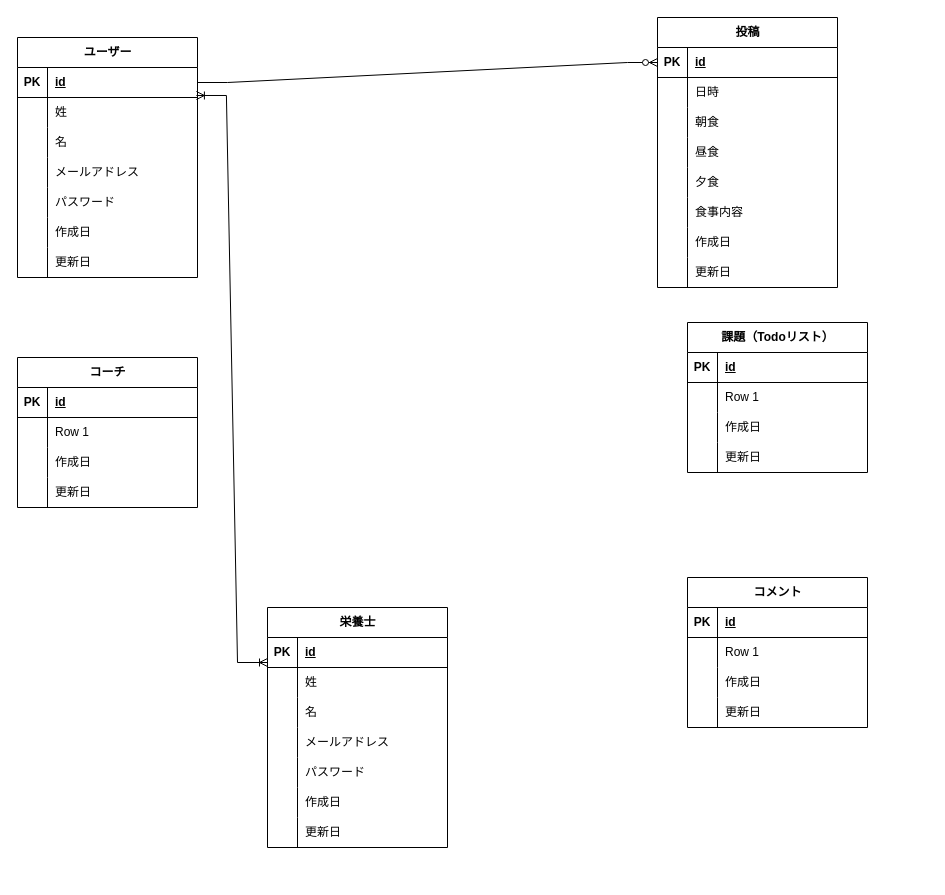
vermouthA28/-Meal_guidance_todo keeps this draw.io diagram as page "Page-1" (1 of 6) of 名称未設定ファイル.drawio. Above is the earlier version. Source tidied: cells renumbered, new cells numbered last; positions are measured from the earlier drawing's top-left corner, leaving out a move shared by most shapes. Both pictures are drawn from the tidied source at 100%, with x=0, y=0 at pixel (17, 17).
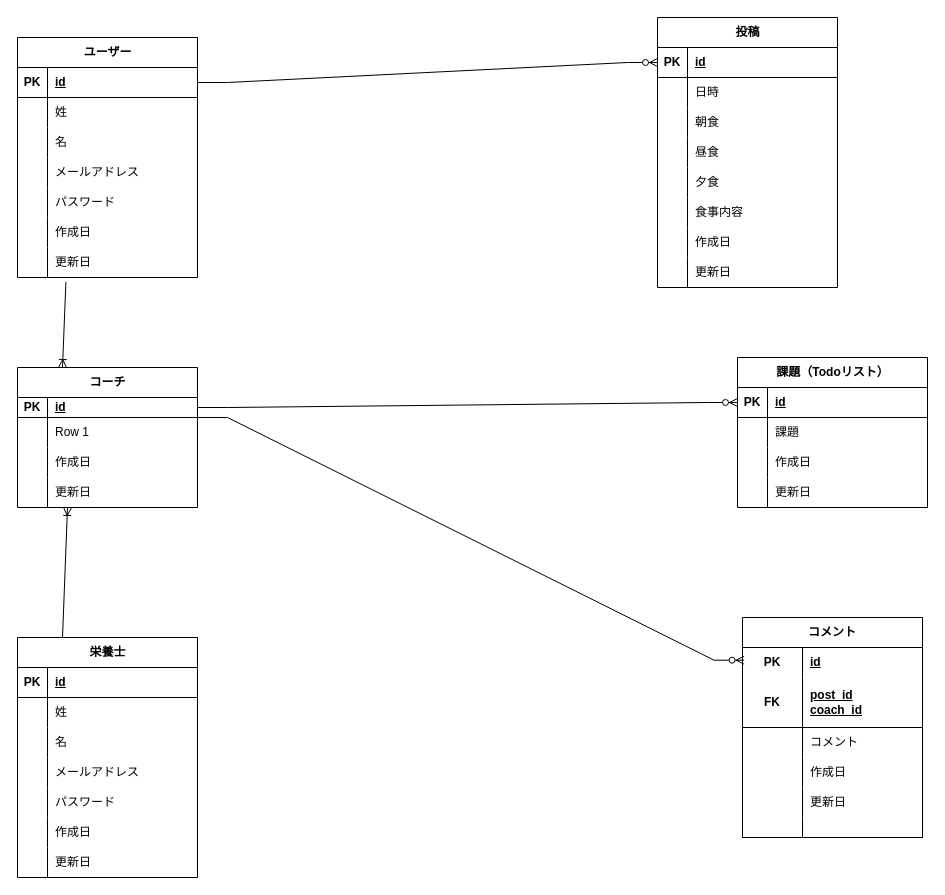
The same page after the edit.

Commit message (it also covers changes not shown here):
名称未設定ファイル.drawio を更新します

The change refers to these unchanged cells:
```xml
<mxCell id="4" style="shape=tableRow;horizontal=0;startSize=0;swimlaneHead=0;swimlaneBody=0;fillColor=none;points=[[0,0.5],[1,0.5]];portConstraint=eastwest;top=0;left=0;right=0;bottom=1;" parent="3" vertex="1">
  <mxGeometry y="30" width="180" height="30" as="geometry" />
</mxCell>
<mxCell id="22" style="shape=tableRow;horizontal=0;startSize=0;swimlaneHead=0;swimlaneBody=0;fillColor=none;points=[[0,0.5],[1,0.5]];portConstraint=eastwest;top=0;left=0;right=0;bottom=0;" parent="3" vertex="1">
  <mxGeometry y="210" width="180" height="30" as="geometry" />
</mxCell>
```

What changed in the source:
```diff
@@
     <mxCell id="25" value="コーチ" style="shape=table;startSize=30;childLayout=tableLayout;rowLines=0;fontStyle=1;align=center;html=1;" parent="1" vertex="1">
-      <mxGeometry y="340" width="180" height="150" as="geometry" />
+      <mxGeometry y="350" width="180" height="140" as="geometry" />
     </mxCell>
     <mxCell id="26" style="shape=tableRow;horizontal=0;startSize=0;swimlaneHead=0;swimlaneBody=0;fillColor=none;top=0;left=0;right=0;bottom=1;" parent="25" vertex="1">
-      <mxGeometry y="30" width="180" height="30" as="geometry" />
+      <mxGeometry y="30" width="180" height="20" as="geometry" />
     </mxCell>
     <mxCell id="27" value="PK" style="shape=partialRectangle;fillColor=none;top=0;left=0;bottom=0;right=0;fontStyle=1;overflow=hidden;whiteSpace=wrap;html=1;" parent="26" vertex="1">
-      <mxGeometry width="30" height="30" as="geometry" />
+      <mxGeometry width="30" height="20" as="geometry" />
     </mxCell>
     <mxCell id="28" value="id" style="shape=partialRectangle;fillColor=none;top=0;left=0;bottom=0;right=0;align=left;spacingLeft=6;fontStyle=5;overflow=hidden;whiteSpace=wrap;html=1;" parent="26" vertex="1">
-      <mxGeometry x="30" width="150" height="30" as="geometry" />
+      <mxGeometry x="30" width="150" height="20" as="geometry" />
     </mxCell>
     <mxCell id="29" style="shape=tableRow;horizontal=0;startSize=0;swimlaneHead=0;swimlaneBody=0;fillColor=none;top=0;left=0;right=0;bottom=0;" parent="25" vertex="1">
-      <mxGeometry y="60" width="180" height="30" as="geometry" />
+      <mxGeometry y="50" width="180" height="30" as="geometry" />
     </mxCell>
@@
     <mxCell id="32" style="shape=tableRow;horizontal=0;startSize=0;swimlaneHead=0;swimlaneBody=0;fillColor=none;top=0;left=0;right=0;bottom=0;" parent="25" vertex="1">
-      <mxGeometry y="90" width="180" height="30" as="geometry" />
+      <mxGeometry y="80" width="180" height="30" as="geometry" />
     </mxCell>
@@
     <mxCell id="35" style="shape=tableRow;horizontal=0;startSize=0;swimlaneHead=0;swimlaneBody=0;fillColor=none;top=0;left=0;right=0;bottom=0;" parent="25" vertex="1">
-      <mxGeometry y="120" width="180" height="30" as="geometry" />
+      <mxGeometry y="110" width="180" height="30" as="geometry" />
     </mxCell>
@@
     <mxCell id="63" value="課題（Todoリスト）" style="shape=table;startSize=30;childLayout=tableLayout;rowLines=0;fontStyle=1;align=center;html=1;" parent="1" vertex="1">
-      <mxGeometry x="670" y="305" width="180" height="150" as="geometry" />
+      <mxGeometry x="720" y="340" width="190" height="150" as="geometry" />
     </mxCell>
     <mxCell id="64" style="shape=tableRow;horizontal=0;startSize=0;swimlaneHead=0;swimlaneBody=0;fillColor=none;points=[[0,0.5],[1,0.5]];portConstraint=eastwest;top=0;left=0;right=0;bottom=1;" parent="63" vertex="1">
-      <mxGeometry y="30" width="180" height="30" as="geometry" />
+      <mxGeometry y="30" width="190" height="30" as="geometry" />
     </mxCell>
@@
     <mxCell id="66" value="id" style="shape=partialRectangle;fillColor=none;top=0;left=0;bottom=0;right=0;align=left;spacingLeft=6;fontStyle=5;overflow=hidden;whiteSpace=wrap;html=1;" parent="64" vertex="1">
-      <mxGeometry x="30" width="150" height="30" as="geometry" />
+      <mxGeometry x="30" width="160" height="30" as="geometry" />
     </mxCell>
     <mxCell id="67" style="shape=tableRow;horizontal=0;startSize=0;swimlaneHead=0;swimlaneBody=0;fillColor=none;top=0;left=0;right=0;bottom=0;" parent="63" vertex="1">
-      <mxGeometry y="60" width="180" height="30" as="geometry" />
+      <mxGeometry y="60" width="190" height="30" as="geometry" />
     </mxCell>
@@
-    <mxCell id="69" value="Row 1" style="shape=partialRectangle;fillColor=none;top=0;left=0;bottom=0;right=0;align=left;spacingLeft=6;overflow=hidden;whiteSpace=wrap;html=1;" parent="67" vertex="1">
-      <mxGeometry x="30" width="150" height="30" as="geometry" />
+    <mxCell id="69" value="課題" style="shape=partialRectangle;fillColor=none;top=0;left=0;bottom=0;right=0;align=left;spacingLeft=6;overflow=hidden;whiteSpace=wrap;html=1;" parent="67" vertex="1">
+      <mxGeometry x="30" width="160" height="30" as="geometry" />
     </mxCell>
     <mxCell id="70" style="shape=tableRow;horizontal=0;startSize=0;swimlaneHead=0;swimlaneBody=0;fillColor=none;top=0;left=0;right=0;bottom=0;" parent="63" vertex="1">
-      <mxGeometry y="90" width="180" height="30" as="geometry" />
+      <mxGeometry y="90" width="190" height="30" as="geometry" />
     </mxCell>
@@
     <mxCell id="72" value="作成日" style="shape=partialRectangle;fillColor=none;top=0;left=0;bottom=0;right=0;align=left;spacingLeft=6;overflow=hidden;whiteSpace=wrap;html=1;" parent="70" vertex="1">
-      <mxGeometry x="30" width="150" height="30" as="geometry" />
+      <mxGeometry x="30" width="160" height="30" as="geometry" />
     </mxCell>
     <mxCell id="73" style="shape=tableRow;horizontal=0;startSize=0;swimlaneHead=0;swimlaneBody=0;fillColor=none;top=0;left=0;right=0;bottom=0;" parent="63" vertex="1">
-      <mxGeometry y="120" width="180" height="30" as="geometry" />
+      <mxGeometry y="120" width="190" height="30" as="geometry" />
     </mxCell>
@@
     <mxCell id="75" value="更新日" style="shape=partialRectangle;fillColor=none;top=0;left=0;bottom=0;right=0;align=left;spacingLeft=6;overflow=hidden;whiteSpace=wrap;html=1;" parent="73" vertex="1">
-      <mxGeometry x="30" width="150" height="30" as="geometry" />
+      <mxGeometry x="30" width="160" height="30" as="geometry" />
     </mxCell>
-    <mxCell id="76" value="コメント" style="shape=table;startSize=30;childLayout=tableLayout;rowLines=0;fontStyle=1;align=center;html=1;" parent="1" vertex="1">
-      <mxGeometry x="670" y="560" width="180" height="150" as="geometry" />
-    </mxCell>
-    <mxCell id="77" style="shape=tableRow;horizontal=0;startSize=0;swimlaneHead=0;swimlaneBody=0;fillColor=none;top=0;left=0;right=0;bottom=1;" parent="76" vertex="1">
-      <mxGeometry y="30" width="180" height="30" as="geometry" />
-    </mxCell>
-    <mxCell id="78" value="PK" style="shape=partialRectangle;fillColor=none;top=0;left=0;bottom=0;right=0;fontStyle=1;overflow=hidden;whiteSpace=wrap;html=1;" parent="77" vertex="1">
-      <mxGeometry width="30" height="30" as="geometry" />
-    </mxCell>
-    <mxCell id="79" value="id" style="shape=partialRectangle;fillColor=none;top=0;left=0;bottom=0;right=0;align=left;spacingLeft=6;fontStyle=5;overflow=hidden;whiteSpace=wrap;html=1;" parent="77" vertex="1">
-      <mxGeometry x="30" width="150" height="30" as="geometry" />
-    </mxCell>
-    <mxCell id="80" style="shape=tableRow;horizontal=0;startSize=0;swimlaneHead=0;swimlaneBody=0;fillColor=none;top=0;left=0;right=0;bottom=0;" parent="76" vertex="1">
-      <mxGeometry y="60" width="180" height="30" as="geometry" />
-    </mxCell>
-    <mxCell id="81" style="shape=partialRectangle;fillColor=none;top=0;left=0;bottom=0;right=0;overflow=hidden;whiteSpace=wrap;html=1;" parent="80" vertex="1">
-      <mxGeometry width="30" height="30" as="geometry" />
-    </mxCell>
-    <mxCell id="82" value="Row 1" style="shape=partialRectangle;fillColor=none;top=0;left=0;bottom=0;right=0;align=left;spacingLeft=6;overflow=hidden;whiteSpace=wrap;html=1;" parent="80" vertex="1">
-      <mxGeometry x="30" width="150" height="30" as="geometry" />
-    </mxCell>
-    <mxCell id="83" style="shape=tableRow;horizontal=0;startSize=0;swimlaneHead=0;swimlaneBody=0;fillColor=none;top=0;left=0;right=0;bottom=0;" parent="76" vertex="1">
-      <mxGeometry y="90" width="180" height="30" as="geometry" />
-    </mxCell>
-    <mxCell id="84" style="shape=partialRectangle;fillColor=none;top=0;left=0;bottom=0;right=0;overflow=hidden;whiteSpace=wrap;html=1;" parent="83" vertex="1">
-      <mxGeometry width="30" height="30" as="geometry" />
-    </mxCell>
-    <mxCell id="85" value="作成日" style="shape=partialRectangle;fillColor=none;top=0;left=0;bottom=0;right=0;align=left;spacingLeft=6;overflow=hidden;whiteSpace=wrap;html=1;" parent="83" vertex="1">
-      <mxGeometry x="30" width="150" height="30" as="geometry" />
-    </mxCell>
-    <mxCell id="86" style="shape=tableRow;horizontal=0;startSize=0;swimlaneHead=0;swimlaneBody=0;fillColor=none;top=0;left=0;right=0;bottom=0;" parent="76" vertex="1">
-      <mxGeometry y="120" width="180" height="30" as="geometry" />
-    </mxCell>
-    <mxCell id="87" style="shape=partialRectangle;fillColor=none;top=0;left=0;bottom=0;right=0;overflow=hidden;whiteSpace=wrap;html=1;" parent="86" vertex="1">
-      <mxGeometry width="30" height="30" as="geometry" />
-    </mxCell>
-    <mxCell id="88" value="更新日" style="shape=partialRectangle;fillColor=none;top=0;left=0;bottom=0;right=0;align=left;spacingLeft=6;overflow=hidden;whiteSpace=wrap;html=1;" parent="86" vertex="1">
-      <mxGeometry x="30" width="150" height="30" as="geometry" />
-    </mxCell>
-    <mxCell id="89" style="edgeStyle=entityRelationEdgeStyle;fontSize=12;html=1;endArrow=ERoneToMany;startArrow=ERoneToMany;rounded=0;entryX=0;entryY=0.5;entryDx=0;entryDy=0;exitX=0.994;exitY=0.933;exitDx=0;exitDy=0;exitPerimeter=0;" parent="1" edge="1" source="4">
-      <mxGeometry relative="1" as="geometry">
-        <mxPoint x="250" y="645" as="targetPoint" />
-      </mxGeometry>
-    </mxCell>
     <mxCell id="90" value="栄養士" style="shape=table;startSize=30;childLayout=tableLayout;rowLines=0;fontStyle=1;align=center;html=1;" parent="1" vertex="1">
-      <mxGeometry x="250" y="590" width="180" height="240" as="geometry" />
+      <mxGeometry y="620" width="180" height="240" as="geometry" />
     </mxCell>
@@
+    <mxCell id="112" style="fontSize=12;html=1;endArrow=ERoneToMany;rounded=0;labelBackgroundColor=default;strokeColor=default;align=center;verticalAlign=middle;fontFamily=Helvetica;fontColor=default;shape=connector;exitX=0.269;exitY=1.144;exitDx=0;exitDy=0;exitPerimeter=0;entryX=0.25;entryY=0;entryDx=0;entryDy=0;" parent="1" edge="1" source="22" target="25">
+      <mxGeometry relative="1" as="geometry" />
+    </mxCell>
+    <mxCell id="113" style="fontSize=12;html=1;endArrow=ERoneToMany;rounded=0;labelBackgroundColor=default;strokeColor=default;align=center;verticalAlign=middle;fontFamily=Helvetica;fontColor=default;shape=connector;exitX=0.25;exitY=0;exitDx=0;exitDy=0;" parent="1" edge="1" source="90">
+      <mxGeometry relative="1" as="geometry">
+        <mxPoint x="50" y="490" as="targetPoint" />
+      </mxGeometry>
+    </mxCell>
+    <mxCell id="114" style="edgeStyle=entityRelationEdgeStyle;fontSize=12;html=1;endArrow=ERzeroToMany;endFill=1;rounded=0;exitX=1;exitY=0.5;exitDx=0;exitDy=0;entryX=0;entryY=0.5;entryDx=0;entryDy=0;" parent="1" edge="1" target="64">
+      <mxGeometry relative="1" as="geometry">
+        <mxPoint x="180" y="390" as="sourcePoint" />
+        <Array as="points">
+          <mxPoint x="522.9" y="375" />
+          <mxPoint x="710" y="370" />
+        </Array>
+      </mxGeometry>
+    </mxCell>
+    <mxCell id="115" style="edgeStyle=entityRelationEdgeStyle;fontSize=12;html=1;endArrow=ERzeroToMany;endFill=1;rounded=0;exitX=0.991;exitY=0.078;exitDx=0;exitDy=0;entryX=0;entryY=0.5;entryDx=0;entryDy=0;exitPerimeter=0;" parent="1" edge="1">
+      <mxGeometry relative="1" as="geometry">
+        <mxPoint x="180" y="400" as="sourcePoint" />
+        <mxPoint x="726.6" y="642.7" as="targetPoint" />
+        <Array as="points">
+          <mxPoint x="524.6" y="652.7" />
+        </Array>
+      </mxGeometry>
+    </mxCell>
+    <mxCell id="116" value="コメント" style="shape=table;startSize=30;childLayout=tableLayout;rowLines=0;fontStyle=1;align=center;html=1;whiteSpace=wrap;fontFamily=Helvetica;fontSize=12;fontColor=default;" parent="1" vertex="1">
+      <mxGeometry x="725" y="600" width="180" height="220" as="geometry" />
+    </mxCell>
+    <mxCell id="117" style="shape=tableRow;horizontal=0;startSize=0;swimlaneHead=0;swimlaneBody=0;fillColor=none;top=0;left=0;right=0;bottom=0;html=1;fontFamily=Helvetica;fontSize=12;fontColor=default;" parent="116" vertex="1">
+      <mxGeometry y="30" width="180" height="30" as="geometry" />
+    </mxCell>
+    <mxCell id="78" value="PK" style="shape=partialRectangle;fillColor=none;top=0;left=0;bottom=0;right=0;fontStyle=1;overflow=hidden;html=1;whiteSpace=wrap;fontFamily=Helvetica;fontSize=12;fontColor=default;" parent="117" vertex="1">
+      <mxGeometry width="60" height="30" as="geometry" />
+    </mxCell>
+    <mxCell id="79" value="id" style="shape=partialRectangle;fillColor=none;top=0;left=0;bottom=0;right=0;align=left;spacingLeft=6;fontStyle=5;overflow=hidden;html=1;whiteSpace=wrap;fontFamily=Helvetica;fontSize=12;fontColor=default;" parent="117" vertex="1">
+      <mxGeometry x="60" width="120" height="30" as="geometry" />
+    </mxCell>
+    <mxCell id="118" style="shape=tableRow;horizontal=0;startSize=0;swimlaneHead=0;swimlaneBody=0;fillColor=none;top=0;left=0;right=0;bottom=1;html=1;fontFamily=Helvetica;fontSize=12;fontColor=default;" parent="116" vertex="1">
+      <mxGeometry y="60" width="180" height="50" as="geometry" />
+    </mxCell>
+    <mxCell id="119" value="FK" style="shape=partialRectangle;fillColor=none;top=0;left=0;bottom=0;right=0;fontStyle=1;overflow=hidden;html=1;whiteSpace=wrap;fontFamily=Helvetica;fontSize=12;fontColor=default;" parent="118" vertex="1">
+      <mxGeometry width="60" height="50" as="geometry" />
+    </mxCell>
+    <mxCell id="120" value="post_id&lt;br&gt;coach_id" style="shape=partialRectangle;fillColor=none;top=0;left=0;bottom=0;right=0;align=left;spacingLeft=6;fontStyle=5;overflow=hidden;html=1;whiteSpace=wrap;fontFamily=Helvetica;fontSize=12;fontColor=default;" parent="118" vertex="1">
+      <mxGeometry x="60" width="120" height="50" as="geometry" />
+    </mxCell>
+    <mxCell id="121" style="shape=tableRow;horizontal=0;startSize=0;swimlaneHead=0;swimlaneBody=0;fillColor=none;top=0;left=0;right=0;bottom=0;html=1;fontFamily=Helvetica;fontSize=12;fontColor=default;" parent="116" vertex="1">
+      <mxGeometry y="110" width="180" height="30" as="geometry" />
+    </mxCell>
+    <mxCell id="122" style="shape=partialRectangle;fillColor=none;top=0;left=0;bottom=0;right=0;overflow=hidden;html=1;whiteSpace=wrap;fontFamily=Helvetica;fontSize=12;fontColor=default;" parent="121" vertex="1">
+      <mxGeometry width="60" height="30" as="geometry" />
+    </mxCell>
+    <mxCell id="123" value="コメント" style="shape=partialRectangle;fillColor=none;top=0;left=0;bottom=0;right=0;align=left;spacingLeft=6;overflow=hidden;html=1;whiteSpace=wrap;fontFamily=Helvetica;fontSize=12;fontColor=default;" parent="121" vertex="1">
+      <mxGeometry x="60" width="120" height="30" as="geometry" />
+    </mxCell>
+    <mxCell id="124" style="shape=tableRow;horizontal=0;startSize=0;swimlaneHead=0;swimlaneBody=0;fillColor=none;top=0;left=0;right=0;bottom=0;html=1;fontFamily=Helvetica;fontSize=12;fontColor=default;" parent="116" vertex="1">
+      <mxGeometry y="140" width="180" height="30" as="geometry" />
+    </mxCell>
+    <mxCell id="125" style="shape=partialRectangle;fillColor=none;top=0;left=0;bottom=0;right=0;overflow=hidden;html=1;whiteSpace=wrap;fontFamily=Helvetica;fontSize=12;fontColor=default;" parent="124" vertex="1">
+      <mxGeometry width="60" height="30" as="geometry" />
+    </mxCell>
+    <mxCell id="85" value="作成日" style="shape=partialRectangle;fillColor=none;top=0;left=0;bottom=0;right=0;align=left;spacingLeft=6;overflow=hidden;html=1;whiteSpace=wrap;fontFamily=Helvetica;fontSize=12;fontColor=default;" parent="124" vertex="1">
+      <mxGeometry x="60" width="120" height="30" as="geometry" />
+    </mxCell>
+    <mxCell id="126" style="shape=tableRow;horizontal=0;startSize=0;swimlaneHead=0;swimlaneBody=0;fillColor=none;top=0;left=0;right=0;bottom=0;html=1;fontFamily=Helvetica;fontSize=12;fontColor=default;" parent="116" vertex="1">
+      <mxGeometry y="170" width="180" height="30" as="geometry" />
+    </mxCell>
+    <mxCell id="127" style="shape=partialRectangle;fillColor=none;top=0;left=0;bottom=0;right=0;overflow=hidden;html=1;whiteSpace=wrap;fontFamily=Helvetica;fontSize=12;fontColor=default;" parent="126" vertex="1">
+      <mxGeometry width="60" height="30" as="geometry" />
+    </mxCell>
+    <mxCell id="88" value="更新日" style="shape=partialRectangle;fillColor=none;top=0;left=0;bottom=0;right=0;align=left;spacingLeft=6;overflow=hidden;html=1;whiteSpace=wrap;fontFamily=Helvetica;fontSize=12;fontColor=default;" parent="126" vertex="1">
+      <mxGeometry x="60" width="120" height="30" as="geometry" />
+    </mxCell>
+    <mxCell id="128" style="shape=tableRow;horizontal=0;startSize=0;swimlaneHead=0;swimlaneBody=0;fillColor=none;top=0;left=0;right=0;bottom=1;html=1;fontFamily=Helvetica;fontSize=12;fontColor=default;" parent="116" vertex="1">
+      <mxGeometry y="200" width="180" height="20" as="geometry" />
+    </mxCell>
+    <mxCell id="129" style="shape=partialRectangle;fillColor=none;top=0;left=0;bottom=0;right=0;fontStyle=1;overflow=hidden;html=1;whiteSpace=wrap;fontFamily=Helvetica;fontSize=12;fontColor=default;" parent="128" vertex="1">
+      <mxGeometry width="60" height="20" as="geometry" />
+    </mxCell>
+    <mxCell id="130" style="shape=partialRectangle;fillColor=none;top=0;left=0;bottom=0;right=0;align=left;spacingLeft=6;fontStyle=5;overflow=hidden;html=1;whiteSpace=wrap;fontFamily=Helvetica;fontSize=12;fontColor=default;" parent="128" vertex="1">
+      <mxGeometry x="60" width="120" height="20" as="geometry" />
+    </mxCell>
```
